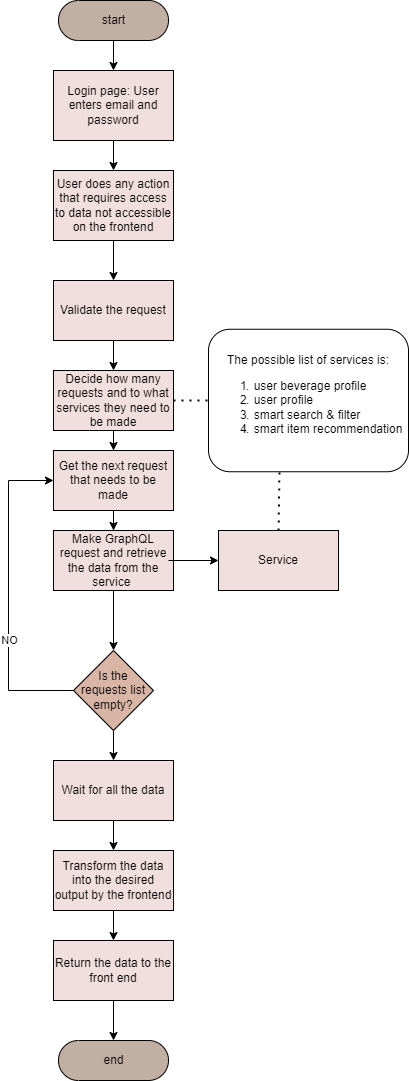
Before: final-deliverables/diagrams/task/task_api_gateway.png, a diagram exported from draw.io (Elaech/Wade-BeM). Source tidied: cells renumbered, new cells last; positions are measured from the earlier drawing's top-left corner, leaving out a move shared by most shapes. Its diagram source:
```xml
<mxGraphModel>
  <root>
    <mxCell id="0" />
    <mxCell id="1" parent="0" />
    <mxCell id="2" style="edgeStyle=orthogonalEdgeStyle;rounded=0;jettySize=auto;html=1;entryX=0.5;entryY=0;entryDx=0;entryDy=0;" parent="1" edge="1" source="3" target="7">
      <mxGeometry relative="1" as="geometry" />
    </mxCell>
    <mxCell id="3" value="start" style="html=1;dashed=0;whitespace=wrap;shape=mxgraph.dfd.start;fillColor=#C2AFA4;" parent="1" vertex="1">
      <mxGeometry x="50" width="110" height="40" as="geometry" />
    </mxCell>
    <mxCell id="4" style="edgeStyle=orthogonalEdgeStyle;rounded=0;jettySize=auto;html=1;" parent="1" edge="1" source="5" target="8">
      <mxGeometry relative="1" as="geometry" />
    </mxCell>
    <mxCell id="5" value="User does any action that requires access to data not accessible on the frontend" style="rounded=0;whiteSpace=wrap;html=1;fillColor=#F1DEDE;" parent="1" vertex="1">
      <mxGeometry x="45" y="170" width="120" height="70" as="geometry" />
    </mxCell>
    <mxCell id="6" style="edgeStyle=orthogonalEdgeStyle;rounded=0;jettySize=auto;html=1;entryX=0.5;entryY=0;entryDx=0;entryDy=0;" parent="1" edge="1" source="7" target="5">
      <mxGeometry relative="1" as="geometry" />
    </mxCell>
    <mxCell id="7" value="Login page: User enters email and password" style="rounded=0;whiteSpace=wrap;html=1;fillColor=#F1DEDE;" parent="1" vertex="1">
      <mxGeometry x="45" y="70" width="120" height="70" as="geometry" />
    </mxCell>
    <mxCell id="8" value="Validate the request" style="rounded=0;whiteSpace=wrap;html=1;fillColor=#F1DEDE;" parent="1" vertex="1">
      <mxGeometry x="45" y="280" width="120" height="60" as="geometry" />
    </mxCell>
    <mxCell id="9" style="edgeStyle=orthogonalEdgeStyle;rounded=0;jettySize=auto;html=1;entryX=0.5;entryY=0;entryDx=0;entryDy=0;" parent="1" edge="1" source="10" target="13">
      <mxGeometry relative="1" as="geometry" />
    </mxCell>
    <mxCell id="10" value="Decide how many requests and to what services they&amp;nbsp;need to be made" style="rounded=0;whiteSpace=wrap;html=1;fillColor=#F1DEDE;" parent="1" vertex="1">
      <mxGeometry x="45" y="370" width="120" height="60" as="geometry" />
    </mxCell>
    <mxCell id="11" style="endArrow=classic;html=1;rounded=0;exitX=0.5;exitY=1;exitDx=0;exitDy=0;entryX=0.5;entryY=0;entryDx=0;entryDy=0;" parent="1" edge="1" source="8" target="10">
      <mxGeometry relative="1" as="geometry" />
    </mxCell>
    <mxCell id="12" style="edgeStyle=orthogonalEdgeStyle;rounded=0;jettySize=auto;html=1;entryX=0.5;entryY=0;entryDx=0;entryDy=0;" parent="1" edge="1" source="13" target="17">
      <mxGeometry relative="1" as="geometry" />
    </mxCell>
    <mxCell id="13" value="Get the next request that needs to be made" style="rounded=0;whiteSpace=wrap;html=1;fillColor=#F1DEDE;" parent="1" vertex="1">
      <mxGeometry x="45" y="450" width="120" height="60" as="geometry" />
    </mxCell>
    <mxCell id="14" value="Is the requests list empty?" style="rhombus;whiteSpace=wrap;html=1;fillColor=#D9B5A6;" parent="1" vertex="1">
      <mxGeometry x="65" y="650" width="80" height="80" as="geometry" />
    </mxCell>
    <mxCell id="15" style="endArrow=classic;html=1;rounded=0;exitX=0;exitY=0.5;exitDx=0;exitDy=0;entryX=0;entryY=0.5;entryDx=0;entryDy=0;" parent="1" edge="1" source="14" target="13">
      <mxGeometry relative="1" as="geometry">
        <Array as="points">
          <mxPoint y="690" />
          <mxPoint y="480" />
        </Array>
      </mxGeometry>
    </mxCell>
    <mxCell id="16" value="NO" style="edgeLabel;html=1;align=center;verticalAlign=middle;" parent="15" vertex="1">
      <mxGeometry x="-0.28" relative="1" as="geometry" />
    </mxCell>
    <mxCell id="17" value="Make GraphQL request and retrieve the data from the service&amp;nbsp;" style="rounded=0;whiteSpace=wrap;html=1;fillColor=#F1DEDE;" parent="1" vertex="1">
      <mxGeometry x="45" y="530" width="120" height="60" as="geometry" />
    </mxCell>
    <mxCell id="18" style="endArrow=classic;html=1;rounded=0;exitX=0.958;exitY=0.5;exitDx=0;exitDy=0;entryX=0;entryY=0.5;entryDx=0;entryDy=0;exitPerimeter=0;" parent="1" edge="1" source="17" target="19">
      <mxGeometry relative="1" as="geometry" />
    </mxCell>
    <mxCell id="19" value="&lt;span style=&quot;color: rgb(0 , 0 , 0) ; font-family: &amp;#34;helvetica&amp;#34; ; font-size: 12px ; font-style: normal ; font-weight: 400 ; letter-spacing: normal ; text-align: center ; text-indent: 0px ; text-transform: none ; word-spacing: 0px ; display: inline ; float: none&quot;&gt;Service&lt;/span&gt;" style="rounded=0;whiteSpace=wrap;html=1;fillColor=#F1DEDE;" parent="1" vertex="1">
      <mxGeometry x="210" y="530" width="120" height="60" as="geometry" />
    </mxCell>
    <mxCell id="20" style="endArrow=classic;html=1;rounded=0;exitX=0.5;exitY=1;exitDx=0;exitDy=0;entryX=0.5;entryY=0;entryDx=0;entryDy=0;" parent="1" edge="1" source="17" target="14">
      <mxGeometry relative="1" as="geometry" />
    </mxCell>
    <mxCell id="21" value="Wait for all the data" style="rounded=0;whiteSpace=wrap;html=1;fillColor=#F1DEDE;" parent="1" vertex="1">
      <mxGeometry x="45" y="760" width="120" height="60" as="geometry" />
    </mxCell>
    <mxCell id="22" style="endArrow=classic;html=1;rounded=0;exitX=0.5;exitY=1;exitDx=0;exitDy=0;entryX=0.5;entryY=0;entryDx=0;entryDy=0;" parent="1" edge="1" source="14" target="21">
      <mxGeometry relative="1" as="geometry" />
    </mxCell>
    <mxCell id="23" style="edgeStyle=orthogonalEdgeStyle;rounded=0;jettySize=auto;html=1;entryX=0.5;entryY=0;entryDx=0;entryDy=0;" parent="1" edge="1" source="24" target="27">
      <mxGeometry relative="1" as="geometry" />
    </mxCell>
    <mxCell id="24" value="Transform the data into the desired output by the frontend" style="rounded=0;whiteSpace=wrap;html=1;fillColor=#F1DEDE;" parent="1" vertex="1">
      <mxGeometry x="45" y="850" width="120" height="60" as="geometry" />
    </mxCell>
    <mxCell id="25" style="endArrow=classic;html=1;rounded=0;exitX=0.5;exitY=1;exitDx=0;exitDy=0;entryX=0.5;entryY=0;entryDx=0;entryDy=0;" parent="1" edge="1" source="21" target="24">
      <mxGeometry relative="1" as="geometry" />
    </mxCell>
    <mxCell id="26" style="edgeStyle=orthogonalEdgeStyle;rounded=0;jettySize=auto;html=1;entryX=0.5;entryY=0.5;entryDx=0;entryDy=-20;entryPerimeter=0;" parent="1" edge="1" source="27" target="28">
      <mxGeometry relative="1" as="geometry" />
    </mxCell>
    <mxCell id="27" value="Return the data to the front end" style="rounded=0;whiteSpace=wrap;html=1;fillColor=#F1DEDE;" parent="1" vertex="1">
      <mxGeometry x="45" y="940" width="120" height="60" as="geometry" />
    </mxCell>
    <mxCell id="28" value="end" style="html=1;dashed=0;whitespace=wrap;shape=mxgraph.dfd.start;fillColor=#C2AFA4;" parent="1" vertex="1">
      <mxGeometry x="50" y="1040" width="110" height="40" as="geometry" />
    </mxCell>
    <mxCell id="29" value="The possible list of services is:&lt;br&gt;&lt;ol&gt;&lt;li style=&quot;text-align: left&quot;&gt;&lt;span&gt;user beverage profile&lt;/span&gt;&lt;/li&gt;&lt;li style=&quot;text-align: left&quot;&gt;user profile&lt;/li&gt;&lt;li style=&quot;text-align: left&quot;&gt;smart search &amp;amp; filter&lt;/li&gt;&lt;li style=&quot;text-align: left&quot;&gt;smart item recommendation&lt;/li&gt;&lt;/ol&gt;" style="rounded=1;whiteSpace=wrap;html=1;align=center;" parent="1" vertex="1">
      <mxGeometry x="200" y="328.8" width="200" height="142.5" as="geometry" />
    </mxCell>
    <mxCell id="30" style="endArrow=none;dashed=1;html=1;dashPattern=1 3;strokeWidth=2;rounded=0;exitX=1;exitY=0.5;exitDx=0;exitDy=0;entryX=0;entryY=0.5;entryDx=0;entryDy=0;" parent="1" edge="1" source="10" target="29">
      <mxGeometry relative="1" as="geometry" />
    </mxCell>
    <mxCell id="31" style="endArrow=none;dashed=1;html=1;dashPattern=1 3;strokeWidth=2;rounded=0;exitX=0.5;exitY=0;exitDx=0;exitDy=0;entryX=0.355;entryY=1.005;entryDx=0;entryDy=0;entryPerimeter=0;" parent="1" edge="1" source="19" target="29">
      <mxGeometry relative="1" as="geometry" />
    </mxCell>
  </root>
</mxGraphModel>
```
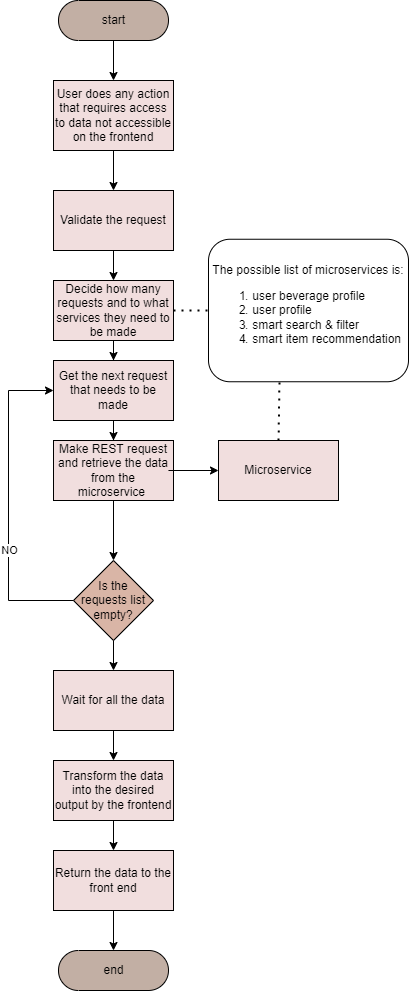
Later version of the same file.

Diff of the diagram source:
```diff
@@ -2,11 +2,8 @@
   <root>
     <mxCell id="0" />
     <mxCell id="1" parent="0" />
-    <mxCell id="2" style="edgeStyle=orthogonalEdgeStyle;rounded=0;jettySize=auto;html=1;entryX=0.5;entryY=0;entryDx=0;entryDy=0;" parent="1" edge="1" source="3" target="7">
-      <mxGeometry relative="1" as="geometry" />
-    </mxCell>
     <mxCell id="3" value="start" style="html=1;dashed=0;whitespace=wrap;shape=mxgraph.dfd.start;fillColor=#C2AFA4;" parent="1" vertex="1">
-      <mxGeometry x="50" width="110" height="40" as="geometry" />
+      <mxGeometry x="50" y="90" width="110" height="40" as="geometry" />
     </mxCell>
     <mxCell id="4" style="edgeStyle=orthogonalEdgeStyle;rounded=0;jettySize=auto;html=1;" parent="1" edge="1" source="5" target="8">
       <mxGeometry relative="1" as="geometry" />
@@ -14,12 +11,9 @@
     <mxCell id="5" value="User does any action that requires access to data not accessible on the frontend" style="rounded=0;whiteSpace=wrap;html=1;fillColor=#F1DEDE;" parent="1" vertex="1">
       <mxGeometry x="45" y="170" width="120" height="70" as="geometry" />
     </mxCell>
-    <mxCell id="6" style="edgeStyle=orthogonalEdgeStyle;rounded=0;jettySize=auto;html=1;entryX=0.5;entryY=0;entryDx=0;entryDy=0;" parent="1" edge="1" source="7" target="5">
+    <mxCell id="6" style="edgeStyle=orthogonalEdgeStyle;rounded=0;jettySize=auto;html=1;entryX=0.5;entryY=0;entryDx=0;entryDy=0;exitX=0.5;exitY=0.5;exitDx=0;exitDy=20;exitPerimeter=0;" parent="1" edge="1" source="3" target="5">
       <mxGeometry relative="1" as="geometry" />
     </mxCell>
-    <mxCell id="7" value="Login page: User enters email and password" style="rounded=0;whiteSpace=wrap;html=1;fillColor=#F1DEDE;" parent="1" vertex="1">
-      <mxGeometry x="45" y="70" width="120" height="70" as="geometry" />
-    </mxCell>
     <mxCell id="8" value="Validate the request" style="rounded=0;whiteSpace=wrap;html=1;fillColor=#F1DEDE;" parent="1" vertex="1">
       <mxGeometry x="45" y="280" width="120" height="60" as="geometry" />
     </mxCell>
@@ -52,13 +46,13 @@
     <mxCell id="16" value="NO" style="edgeLabel;html=1;align=center;verticalAlign=middle;" parent="15" vertex="1">
       <mxGeometry x="-0.28" relative="1" as="geometry" />
     </mxCell>
-    <mxCell id="17" value="Make GraphQL request and retrieve the data from the service&amp;nbsp;" style="rounded=0;whiteSpace=wrap;html=1;fillColor=#F1DEDE;" parent="1" vertex="1">
+    <mxCell id="17" value="Make REST request and retrieve the data from the microservice&amp;nbsp;" style="rounded=0;whiteSpace=wrap;html=1;fillColor=#F1DEDE;" parent="1" vertex="1">
       <mxGeometry x="45" y="530" width="120" height="60" as="geometry" />
     </mxCell>
     <mxCell id="18" style="endArrow=classic;html=1;rounded=0;exitX=0.958;exitY=0.5;exitDx=0;exitDy=0;entryX=0;entryY=0.5;entryDx=0;entryDy=0;exitPerimeter=0;" parent="1" edge="1" source="17" target="19">
       <mxGeometry relative="1" as="geometry" />
     </mxCell>
-    <mxCell id="19" value="&lt;span style=&quot;color: rgb(0 , 0 , 0) ; font-family: &amp;#34;helvetica&amp;#34; ; font-size: 12px ; font-style: normal ; font-weight: 400 ; letter-spacing: normal ; text-align: center ; text-indent: 0px ; text-transform: none ; word-spacing: 0px ; display: inline ; float: none&quot;&gt;Service&lt;/span&gt;" style="rounded=0;whiteSpace=wrap;html=1;fillColor=#F1DEDE;" parent="1" vertex="1">
+    <mxCell id="19" value="&lt;span style=&quot;color: rgb(0 , 0 , 0) ; font-family: &amp;#34;helvetica&amp;#34; ; font-size: 12px ; font-style: normal ; font-weight: 400 ; letter-spacing: normal ; text-align: center ; text-indent: 0px ; text-transform: none ; word-spacing: 0px ; display: inline ; float: none&quot;&gt;Microservice&lt;/span&gt;" style="rounded=0;whiteSpace=wrap;html=1;fillColor=#F1DEDE;" parent="1" vertex="1">
       <mxGeometry x="210" y="530" width="120" height="60" as="geometry" />
     </mxCell>
     <mxCell id="20" style="endArrow=classic;html=1;rounded=0;exitX=0.5;exitY=1;exitDx=0;exitDy=0;entryX=0.5;entryY=0;entryDx=0;entryDy=0;" parent="1" edge="1" source="17" target="14">
@@ -88,7 +82,7 @@
     <mxCell id="28" value="end" style="html=1;dashed=0;whitespace=wrap;shape=mxgraph.dfd.start;fillColor=#C2AFA4;" parent="1" vertex="1">
       <mxGeometry x="50" y="1040" width="110" height="40" as="geometry" />
     </mxCell>
-    <mxCell id="29" value="The possible list of services is:&lt;br&gt;&lt;ol&gt;&lt;li style=&quot;text-align: left&quot;&gt;&lt;span&gt;user beverage profile&lt;/span&gt;&lt;/li&gt;&lt;li style=&quot;text-align: left&quot;&gt;user profile&lt;/li&gt;&lt;li style=&quot;text-align: left&quot;&gt;smart search &amp;amp; filter&lt;/li&gt;&lt;li style=&quot;text-align: left&quot;&gt;smart item recommendation&lt;/li&gt;&lt;/ol&gt;" style="rounded=1;whiteSpace=wrap;html=1;align=center;" parent="1" vertex="1">
+    <mxCell id="29" value="The possible list of microservices is:&lt;br&gt;&lt;ol&gt;&lt;li style=&quot;text-align: left&quot;&gt;&lt;span&gt;user beverage profile&lt;/span&gt;&lt;/li&gt;&lt;li style=&quot;text-align: left&quot;&gt;user profile&lt;/li&gt;&lt;li style=&quot;text-align: left&quot;&gt;smart search &amp;amp; filter&lt;/li&gt;&lt;li style=&quot;text-align: left&quot;&gt;smart item recommendation&lt;/li&gt;&lt;/ol&gt;" style="rounded=1;whiteSpace=wrap;html=1;align=center;" parent="1" vertex="1">
       <mxGeometry x="200" y="328.8" width="200" height="142.5" as="geometry" />
     </mxCell>
     <mxCell id="30" style="endArrow=none;dashed=1;html=1;dashPattern=1 3;strokeWidth=2;rounded=0;exitX=1;exitY=0.5;exitDx=0;exitDy=0;entryX=0;entryY=0.5;entryDx=0;entryDy=0;" parent="1" edge="1" source="10" target="29">
```
